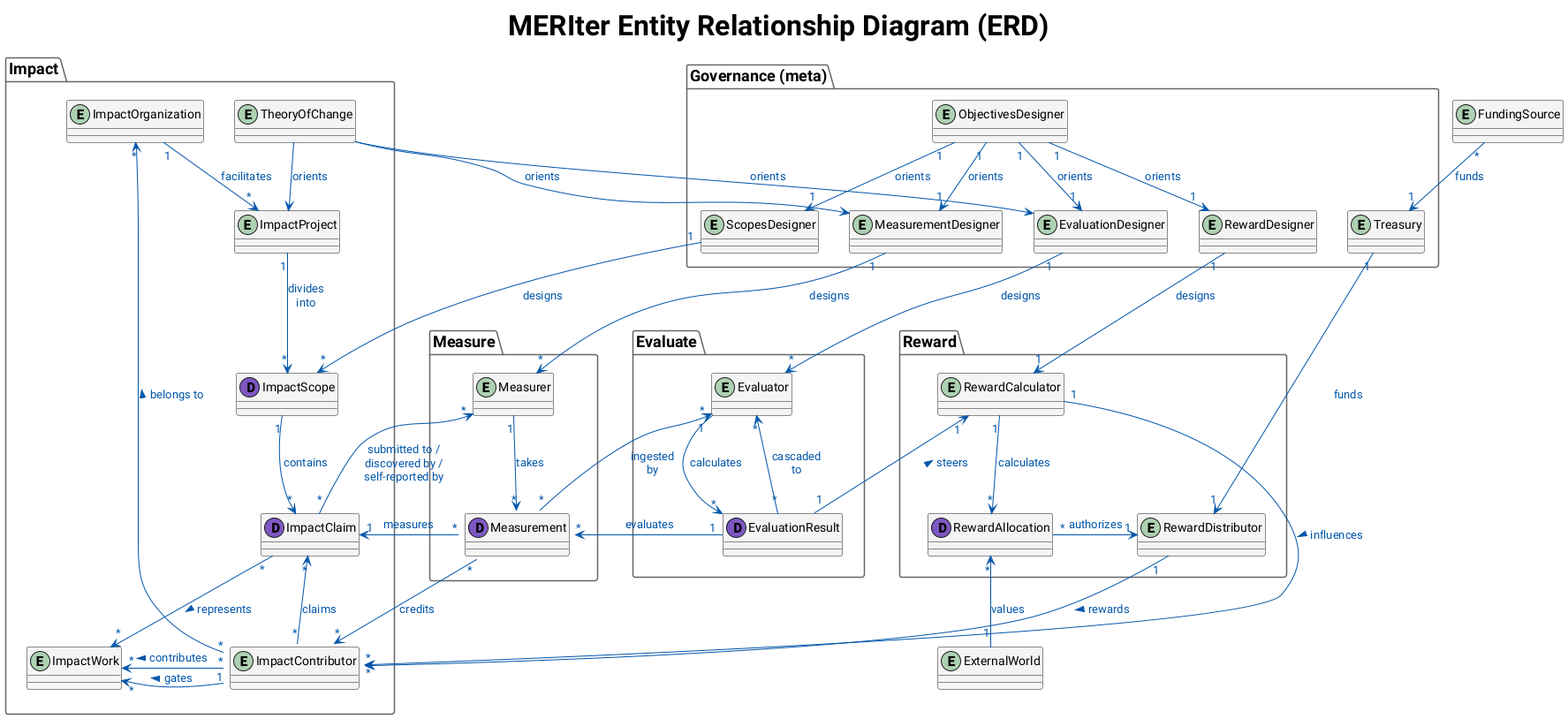
Earlier version of the PlantUML export diagrams/ERD.png (aspiers/ImpactEvaluators).
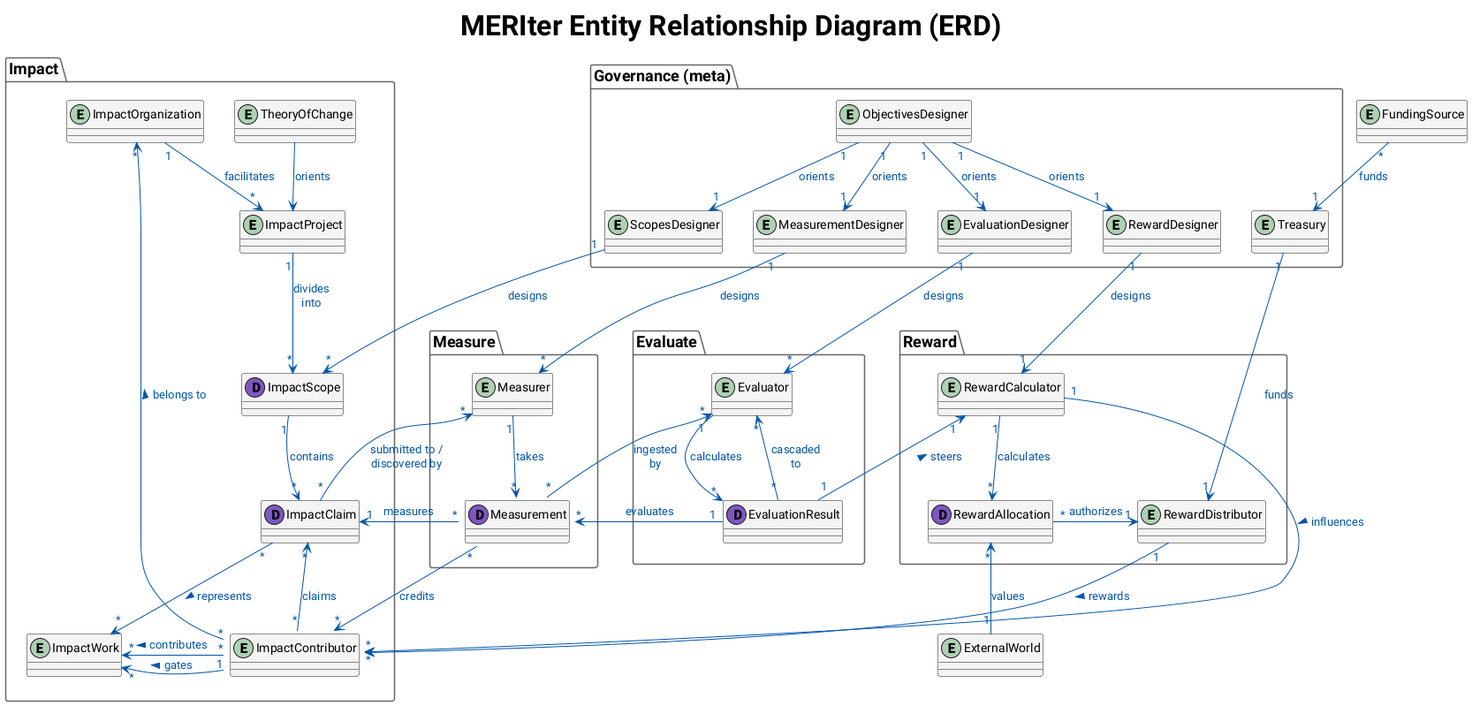
Above is the later version.

Change to the diagram source:
```diff
@@ -1,9 +1,11 @@
 @startuml "MERIter ERD"
 
-!$PROJECT_NAME = "MERIter"
+!ifndef PROJECT_NAME
+!define PROJECT_NAME MERIter
+!endif
 !$DIAGRAM_TYPE = "Entity Relationship Diagram (ERD)"
 !ifndef FULL_TITLE
-!$FULL_TITLE = $PROJECT_NAME + " " + $DIAGRAM_TYPE
+!$FULL_TITLE = PROJECT_NAME + " " + $DIAGRAM_TYPE
 !endif
 
 !ifndef SHOW_FIELDS
@@ -246,8 +248,6 @@
 
 !if ($isPackageVisible("Impact"))
 TheoryOfChange -d[hidden]-> ScopesDesigner
-TheoryOfChange --> EvaluationDesigner : orients
-TheoryOfChange --> MeasurementDesigner : orients
 ImpactScope "*" <-l- "1" ScopesDesigner : designs
 !endif
 !if ($isPackageVisible("Measure"))
@@ -263,7 +263,7 @@
 !endif
 
 !if ($isPackageVisible("Impact") && $isPackageVisible("Measure"))
-ImpactClaim "*" --> "*" Measurer : "submitted to /\ndiscovered by /\nself-reported by"
+ImpactClaim "*" --> "*" Measurer : "submitted to /\ndiscovered by"
 ImpactClaim "1" <-l- "*" Measurement::impactClaimId : measures
 ImpactContributor "*" <-l- "*" Measurement::entity : credits
 !endif
```
